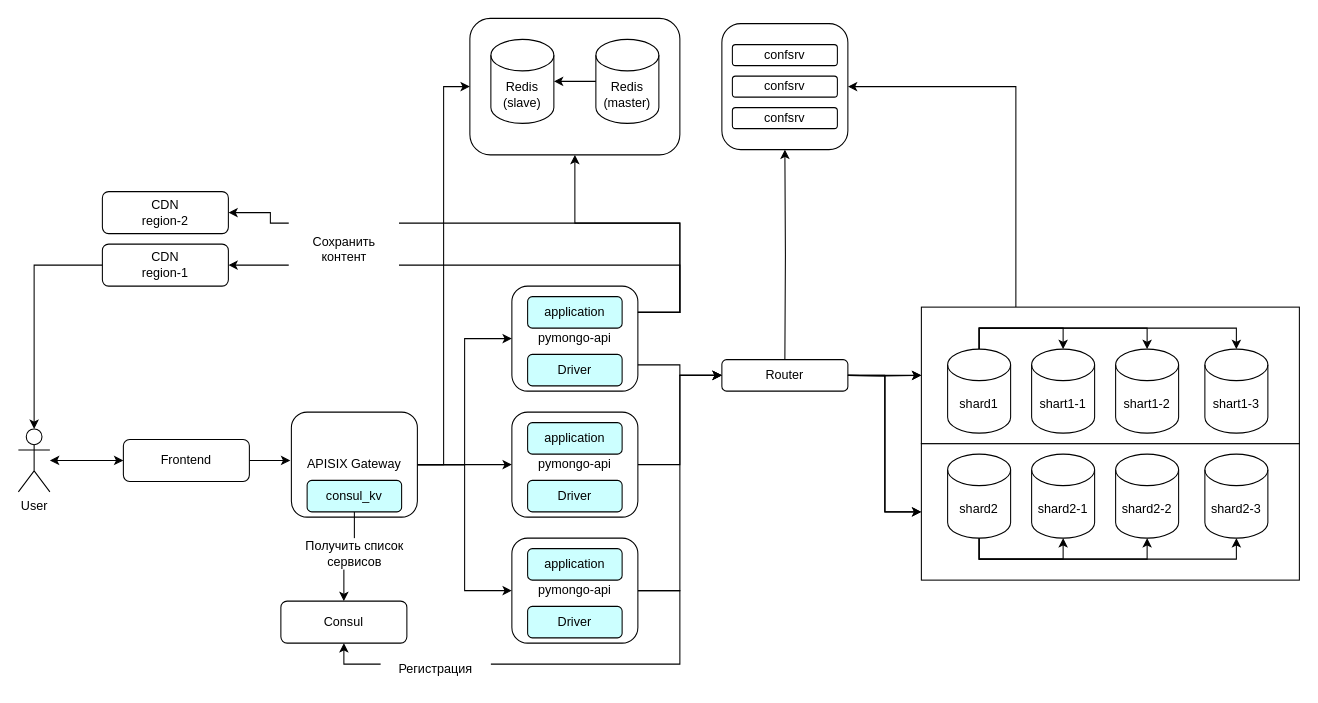
Before: page "Task6" (4 of 4) of schem.drawio in dftyni/architecture-mesto, a draw.io diagram. Source tidied: cells renumbered, new cells numbered last; positions are measured from the earlier drawing's top-left corner, leaving out a move shared by most shapes. Both pictures are drawn from the tidied source at 105%, with x=0, y=0 at pixel (18, 18).
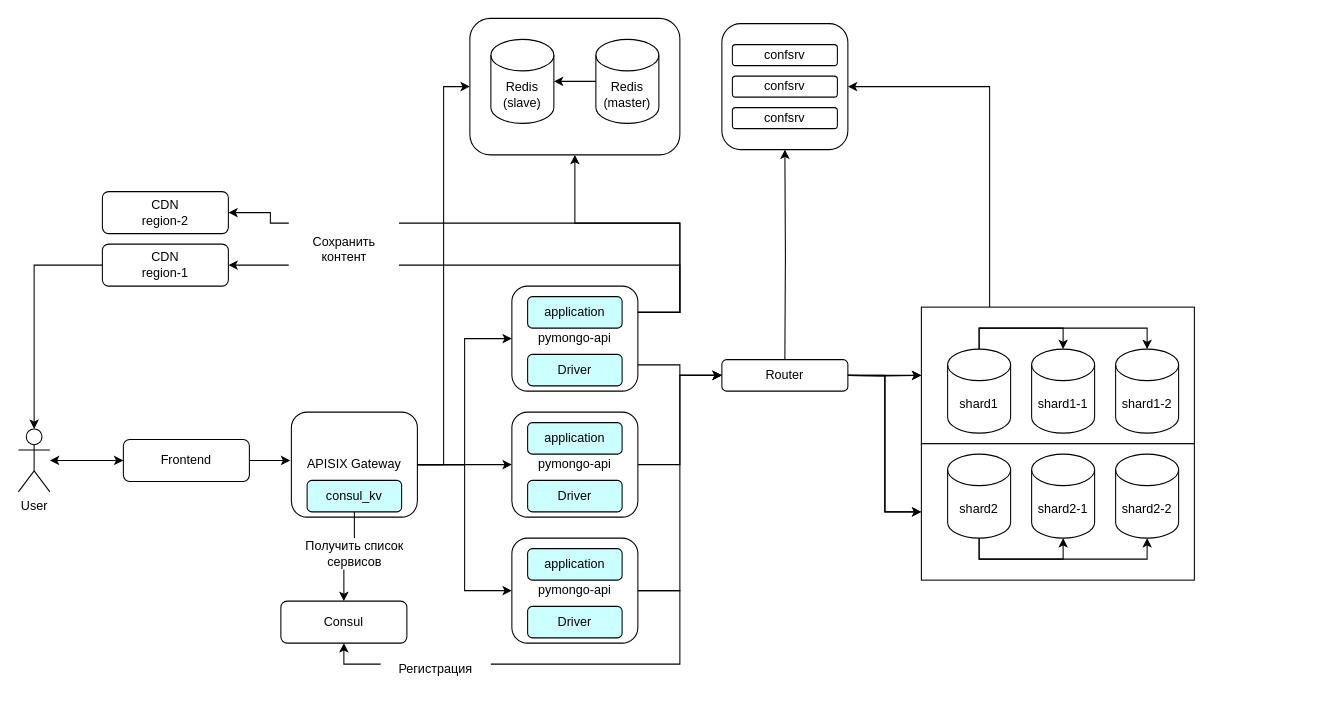
Above is the later version.

Unchanged cells that the change refers to:
```xml
<mxCell id="5" value="&lt;div&gt;shard1&lt;/div&gt;" style="shape=cylinder3;whiteSpace=wrap;html=1;boundedLbl=1;backgroundOutline=1;size=15;" parent="1" vertex="1">
  <mxGeometry x="885" y="315" width="60" height="80" as="geometry" />
</mxCell>
<mxCell id="12" value="&lt;div&gt;shard2&lt;/div&gt;" style="shape=cylinder3;whiteSpace=wrap;html=1;boundedLbl=1;backgroundOutline=1;size=15;" parent="1" vertex="1">
  <mxGeometry x="885" y="415" width="60" height="80" as="geometry" />
</mxCell>
```

Diff of the diagram source:
```diff
@@
     <mxCell id="2" style="rounded=0;whiteSpace=wrap;html=1;" parent="1" vertex="1">
-      <mxGeometry x="860" y="405" width="360" height="130" as="geometry" />
+      <mxGeometry x="860" y="405" width="260" height="130" as="geometry" />
     </mxCell>
     <mxCell id="3" style="rounded=0;whiteSpace=wrap;html=1;" parent="1" vertex="1">
-      <mxGeometry x="860" y="275" width="360" height="130" as="geometry" />
+      <mxGeometry x="860" y="275" width="260" height="130" as="geometry" />
     </mxCell>
@@
-    <mxCell id="10" value="shart1-1" style="shape=cylinder3;whiteSpace=wrap;html=1;boundedLbl=1;backgroundOutline=1;size=15;" parent="1" vertex="1">
+    <mxCell id="10" value="shard1-1" style="shape=cylinder3;whiteSpace=wrap;html=1;boundedLbl=1;backgroundOutline=1;size=15;" parent="1" vertex="1">
       <mxGeometry x="965" y="315" width="60" height="80" as="geometry" />
     </mxCell>
-    <mxCell id="11" value="shart1-2" style="shape=cylinder3;whiteSpace=wrap;html=1;boundedLbl=1;backgroundOutline=1;size=15;" parent="1" vertex="1">
+    <mxCell id="11" value="shard1-2" style="shape=cylinder3;whiteSpace=wrap;html=1;boundedLbl=1;backgroundOutline=1;size=15;" parent="1" vertex="1">
       <mxGeometry x="1045" y="315" width="60" height="80" as="geometry" />
     </mxCell>
@@
-    <mxCell id="34" value="shart1-3" style="shape=cylinder3;whiteSpace=wrap;html=1;boundedLbl=1;backgroundOutline=1;size=15;" parent="1" vertex="1">
-      <mxGeometry x="1130" y="315" width="60" height="80" as="geometry" />
-    </mxCell>
-    <mxCell id="35" style="edgeStyle=orthogonalEdgeStyle;rounded=0;jettySize=auto;html=1;entryX=0.5;entryY=0;entryDx=0;entryDy=0;entryPerimeter=0;exitX=0.5;exitY=0;exitDx=0;exitDy=0;exitPerimeter=0;" parent="1" edge="1" source="5" target="34">
-      <mxGeometry relative="1" as="geometry" />
-    </mxCell>
-    <mxCell id="36" value="shard2-3" style="shape=cylinder3;whiteSpace=wrap;html=1;boundedLbl=1;backgroundOutline=1;size=15;" parent="1" vertex="1">
-      <mxGeometry x="1130" y="415" width="60" height="80" as="geometry" />
-    </mxCell>
-    <mxCell id="37" style="edgeStyle=orthogonalEdgeStyle;rounded=0;jettySize=auto;html=1;entryX=0.5;entryY=1;entryDx=0;entryDy=0;entryPerimeter=0;exitX=0.5;exitY=1;exitDx=0;exitDy=0;exitPerimeter=0;" parent="1" edge="1" source="12" target="36">
-      <mxGeometry relative="1" as="geometry" />
-    </mxCell>
```
